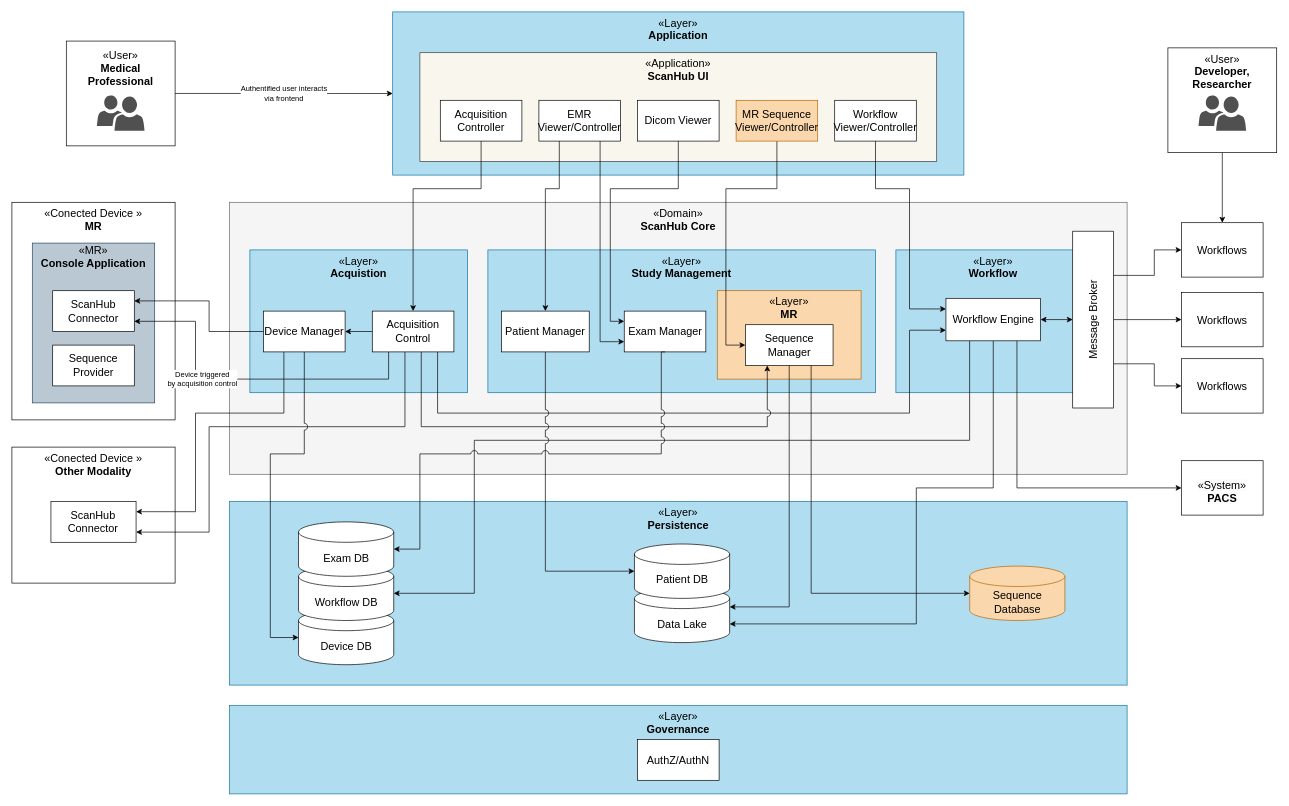
Above: page "System View Annotated" (2 of 2) of docs/source/_static/images/swad/ScanHub_Development View.drawio in brain-link/scanhub (draw.io), before the change. Source tidied: cells renumbered, new cells numbered last; positions are measured from the earlier drawing's top-left corner, leaving out a move shared by most shapes. Both pictures are drawn from the tidied source at 68%, with x=0, y=0 at pixel (12, 12).
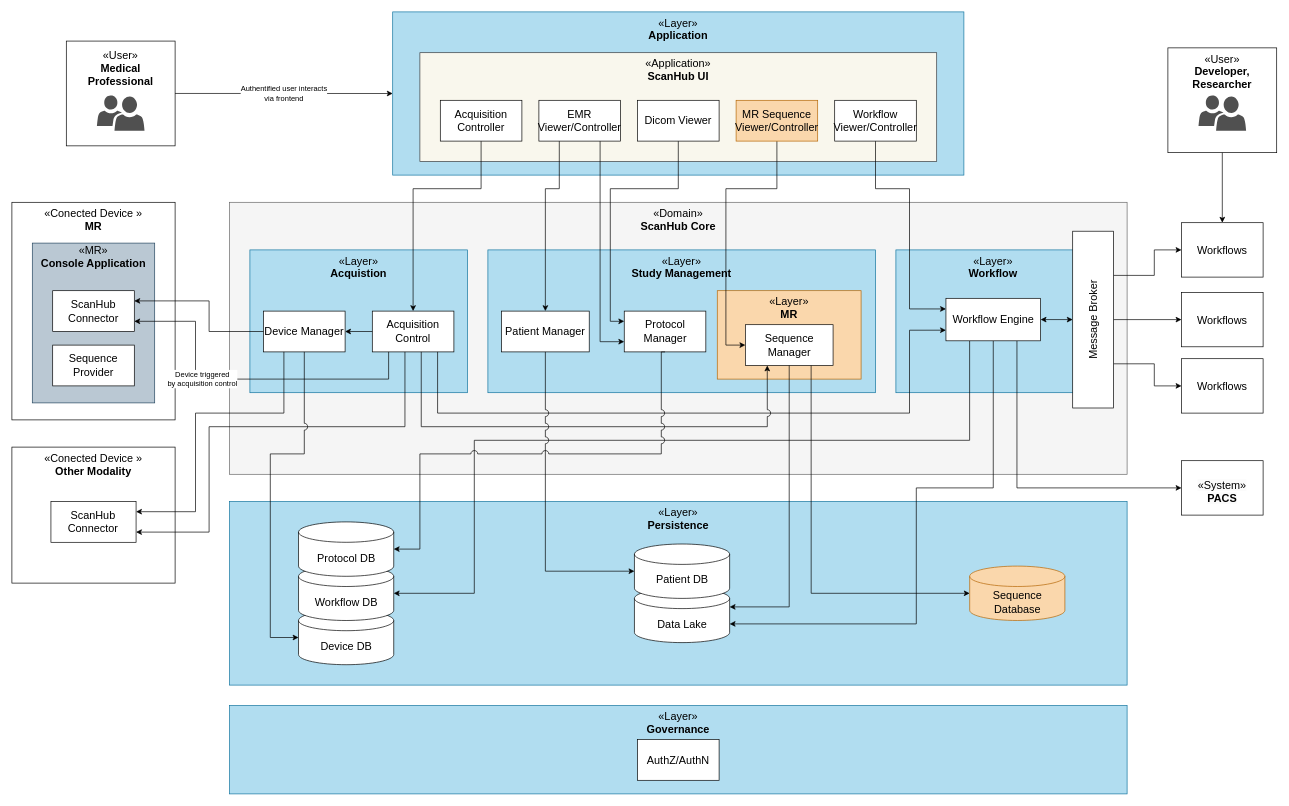
Above is the later version.

The change refers to these unchanged cells:
```xml
<mxCell id="76" style="group;rounded=0;fontSize=16;" parent="74" vertex="1">
  <mxGeometry width="140" height="210" as="geometry" />
</mxCell>
```

What changed in the source:
```diff
@@
-    <mxCell id="31" value="Exam Manager" style="rounded=0;whiteSpace=wrap;html=1;fontSize=16;" parent="1" vertex="1">
+    <mxCell id="31" value="Protocol Manager" style="rounded=0;whiteSpace=wrap;html=1;fontSize=16;" parent="1" vertex="1">
       <mxGeometry x="900.5" y="440" width="120" height="60" as="geometry" />
     </mxCell>
@@
-    <mxCell id="79" value="Exam DB" style="shape=cylinder3;whiteSpace=wrap;html=1;boundedLbl=1;backgroundOutline=1;size=15;rounded=0;fontSize=16;" parent="76" vertex="1">
+    <mxCell id="79" value="Protocol DB" style="shape=cylinder3;whiteSpace=wrap;html=1;boundedLbl=1;backgroundOutline=1;size=15;rounded=0;fontSize=16;" parent="76" vertex="1">
       <mxGeometry width="140" height="80" as="geometry" />
     </mxCell>
```
